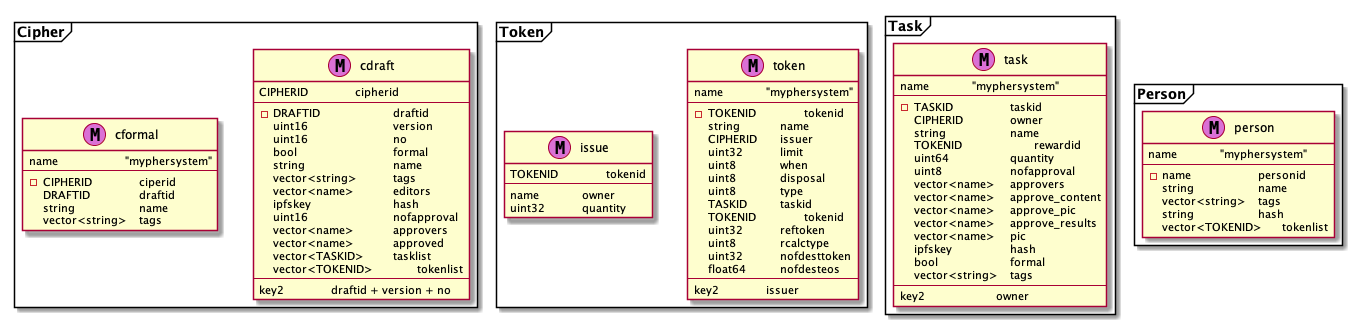
This is doc/data_structure.png from mypher/mypher, a PlantUML export, as it was before one commit.
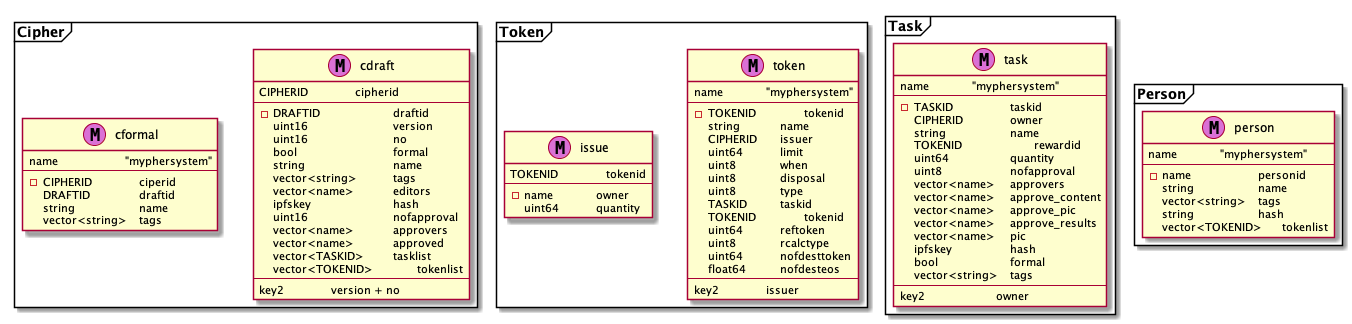
After the change.

Change to the diagram source:
```diff
@@ -18,7 +18,7 @@
 		vector<TASKID>		tasklist
 		vector<TOKENID>		tokenlist
 		--
-		key2		draftid + version + no
+		key2		version + no
 	}
 
 	class cformal << (M,orchid) >> {
@@ -38,15 +38,15 @@
 	   -TOKENID		tokenid
 		string		name
 		CIPHERID	issuer
-		uint32		limit
+		uint64		limit
 		uint8		when
 		uint8		disposal
 		uint8		type
 		TASKID		taskid
 		TOKENID		tokenid
-		uint32		reftoken
+		uint64		reftoken
 		uint8		rcalctype
-		uint32		nofdesttoken
+		uint64		nofdesttoken
 		float64		nofdesteos
 		--
 		key2		issuer
@@ -55,8 +55,8 @@
 	class issue << (M,orchid) >> {
 		TOKENID		tokenid
 		--
-		name		owner
-		uint32		quantity
+	   -name		owner
+		uint64		quantity
 	}
 }
 
```
